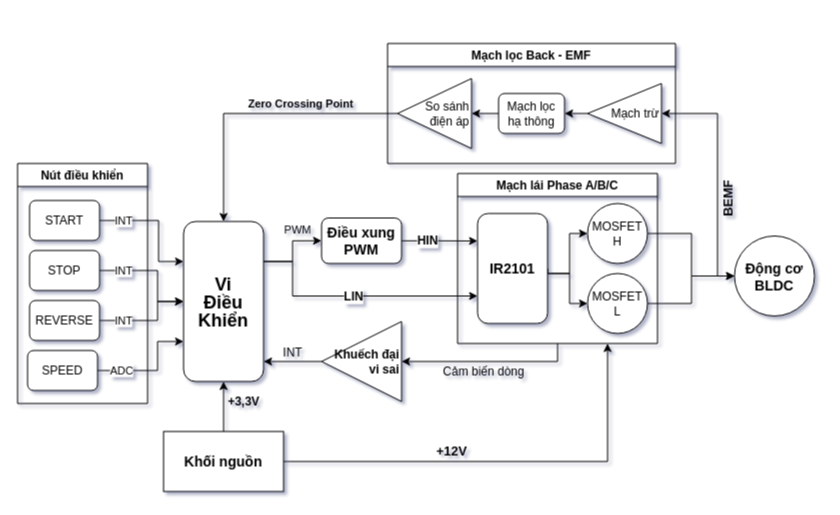
Above: Schematic_BEMF.drawio in ducphan2003/demo (draw.io), before the change. Source tidied: cells renumbered, new cells numbered last; positions are measured from the earlier drawing's top-left corner, leaving out a move shared by most shapes. Both pictures are drawn from the tidied source at 100%, with x=0, y=0 at pixel (17, 43).
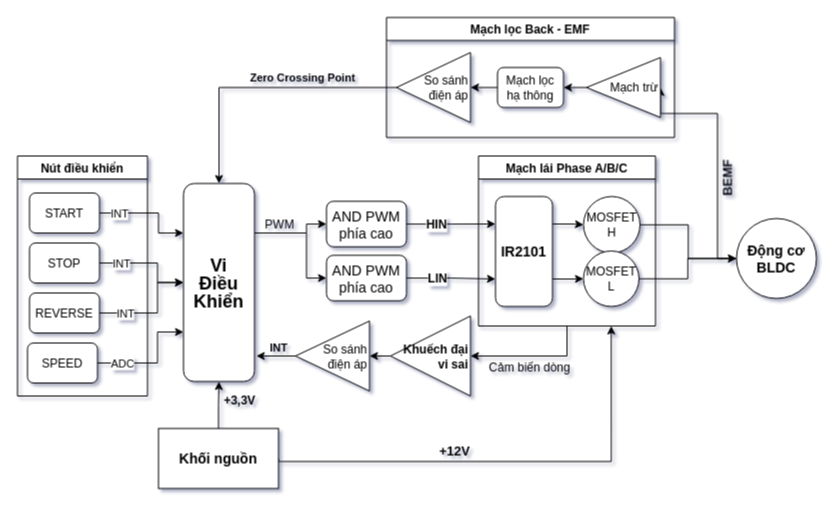
The same page after the edit.

The change refers to these unchanged cells:
```xml
<mxCell id="27" value="Mạch trừ" style="triangle;whiteSpace=wrap;html=1;direction=west;align=right;" parent="25" vertex="1">
  <mxGeometry x="200" y="40" width="74" height="60" as="geometry" />
</mxCell>
<mxCell id="35" value="SPEED" style="rounded=1;whiteSpace=wrap;html=1;" parent="34" vertex="1">
  <mxGeometry x="10" y="187" width="70" height="40" as="geometry" />
</mxCell>
<mxCell id="36" value="REVERSE" style="rounded=1;whiteSpace=wrap;html=1;" parent="34" vertex="1">
  <mxGeometry x="12" y="137" width="70" height="40" as="geometry" />
</mxCell>
<mxCell id="37" value="STOP" style="rounded=1;whiteSpace=wrap;html=1;" parent="34" vertex="1">
  <mxGeometry x="12" y="87" width="70" height="40" as="geometry" />
</mxCell>
<mxCell id="38" value="START" style="rounded=1;whiteSpace=wrap;html=1;" parent="34" vertex="1">
  <mxGeometry x="12" y="37" width="70" height="40" as="geometry" />
</mxCell>
```

What changed in the source:
```diff
@@
-    <mxCell id="2" value="PWM" style="edgeStyle=orthogonalEdgeStyle;rounded=0;jettySize=auto;html=1;exitX=1;exitY=0.25;exitDx=0;exitDy=0;entryX=0;entryY=0.5;entryDx=0;entryDy=0;labelBackgroundColor=none;" parent="1" edge="1" source="4" target="22">
-      <mxGeometry x="0.39" y="11" relative="1" as="geometry">
+    <mxCell id="2" value="PWM" style="edgeStyle=orthogonalEdgeStyle;rounded=0;jettySize=auto;html=1;exitX=1;exitY=0.25;exitDx=0;exitDy=0;entryX=0;entryY=0.5;entryDx=0;entryDy=0;fontSize=12;labelBackgroundColor=none;" parent="1" edge="1" source="4" target="22">
+      <mxGeometry x="-0.39" y="9" relative="1" as="geometry">
         <Array as="points">
-          <mxPoint x="275" y="218" />
-          <mxPoint x="275" y="197" />
+          <mxPoint x="289" y="190" />
+          <mxPoint x="289" y="181" />
         </Array>
       </mxGeometry>
     </mxCell>
-    <mxCell id="3" value="&lt;font style=&quot;font-size: 12px&quot;&gt;LIN&lt;/font&gt;" style="edgeStyle=orthogonalEdgeStyle;rounded=0;jettySize=auto;html=1;exitX=1;exitY=0.25;exitDx=0;exitDy=0;entryX=0;entryY=0.75;entryDx=0;entryDy=0;fontStyle=1;" parent="1" edge="1" source="4" target="17">
-      <mxGeometry relative="1" as="geometry">
-        <Array as="points">
-          <mxPoint x="275" y="218" />
-          <mxPoint x="275" y="253" />
-        </Array>
-      </mxGeometry>
-    </mxCell>
+    <mxCell id="39" style="edgeStyle=orthogonalEdgeStyle;rounded=0;jettySize=auto;html=1;exitX=1;exitY=0.25;exitDx=0;exitDy=0;entryX=0;entryY=0.5;entryDx=0;entryDy=0;fontSize=12;" parent="1" edge="1" source="4" target="41">
+      <mxGeometry relative="1" as="geometry">
+        <Array as="points">
+          <mxPoint x="289" y="190" />
+          <mxPoint x="289" y="235" />
+        </Array>
+      </mxGeometry>
+    </mxCell>
     <mxCell id="4" value="&lt;h2 style=&quot;line-height: 1&quot;&gt;Vi&lt;br&gt;Điều&lt;br&gt;Khiển&lt;/h2&gt;" style="rounded=1;whiteSpace=wrap;html=1;" parent="1" vertex="1">
-      <mxGeometry x="166" y="178" width="80" height="160" as="geometry" />
+      <mxGeometry x="166" y="140" width="71" height="198" as="geometry" />
     </mxCell>
     <mxCell id="5" value="INT" style="edgeStyle=orthogonalEdgeStyle;rounded=0;jettySize=auto;html=1;exitX=1;exitY=0.5;exitDx=0;exitDy=0;entryX=0;entryY=0.25;entryDx=0;entryDy=0;" parent="1" edge="1" source="38" target="4">
       <mxGeometry x="-0.62" relative="1" as="geometry">
         <Array as="points">
-          <mxPoint x="141" y="177" />
-          <mxPoint x="141" y="218" />
+          <mxPoint x="141" y="170" />
+          <mxPoint x="141" y="190" />
         </Array>
       </mxGeometry>
     </mxCell>
     <mxCell id="6" value="INT" style="edgeStyle=orthogonalEdgeStyle;rounded=0;jettySize=auto;html=1;exitX=1;exitY=0.5;exitDx=0;exitDy=0;entryX=0;entryY=0.5;entryDx=0;entryDy=0;" parent="1" edge="1" source="37" target="4">
       <mxGeometry x="-0.58" relative="1" as="geometry">
         <Array as="points">
-          <mxPoint x="140" y="227" />
-          <mxPoint x="140" y="258" />
+          <mxPoint x="140" y="220" />
+          <mxPoint x="140" y="239" />
         </Array>
       </mxGeometry>
     </mxCell>
-    <mxCell id="7" value="INT" style="edgeStyle=orthogonalEdgeStyle;rounded=0;jettySize=auto;html=1;exitX=1;exitY=0.5;exitDx=0;exitDy=0;entryX=0;entryY=0.5;entryDx=0;entryDy=0;fontSize=11;" parent="1" edge="1" source="36" target="4">
+    <mxCell id="7" value="INT" style="edgeStyle=orthogonalEdgeStyle;rounded=0;jettySize=auto;html=1;exitX=1;exitY=0.5;exitDx=0;exitDy=0;fontSize=11;entryX=0;entryY=0.5;entryDx=0;entryDy=0;" parent="1" edge="1" source="36" target="4">
       <mxGeometry x="-0.54" relative="1" as="geometry">
         <Array as="points">
-          <mxPoint x="140" y="277" />
-          <mxPoint x="140" y="258" />
+          <mxPoint x="140" y="270" />
+          <mxPoint x="140" y="239" />
         </Array>
       </mxGeometry>
     </mxCell>
     <mxCell id="8" value="ADC" style="edgeStyle=orthogonalEdgeStyle;rounded=0;jettySize=auto;html=1;entryX=0;entryY=0.75;entryDx=0;entryDy=0;fontSize=11;exitX=1;exitY=0.5;exitDx=0;exitDy=0;" parent="1" edge="1" source="35" target="4">
       <mxGeometry x="-0.58" relative="1" as="geometry">
         <Array as="points">
-          <mxPoint x="140" y="327" />
-          <mxPoint x="140" y="298" />
+          <mxPoint x="140" y="320" />
+          <mxPoint x="140" y="289" />
         </Array>
       </mxGeometry>
     </mxCell>
     <mxCell id="9" value="&lt;h3&gt;Động cơ&lt;br&gt;BLDC&lt;/h3&gt;" style="ellipse;whiteSpace=wrap;html=1;" parent="1" vertex="1">
-      <mxGeometry x="717" y="192.5" width="80" height="80" as="geometry" />
+      <mxGeometry x="719" y="175" width="80" height="80" as="geometry" />
     </mxCell>
@@
     <mxCell id="11" value="&lt;h3&gt;+12V&lt;/h3&gt;" style="edgeStyle=orthogonalEdgeStyle;rounded=0;jettySize=auto;html=1;exitX=1;exitY=0.5;exitDx=0;exitDy=0;labelBackgroundColor=none;entryX=0.75;entryY=1;entryDx=0;entryDy=0;" parent="1" edge="1" source="12" target="14">
       <mxGeometry x="-0.24" y="11" relative="1" as="geometry">
         <Array as="points">
-          <mxPoint x="590" y="418" />
+          <mxPoint x="261" y="418" />
+          <mxPoint x="594" y="418" />
         </Array>
       </mxGeometry>
     </mxCell>
     <mxCell id="12" value="&lt;h3&gt;Khối nguồn&lt;/h3&gt;" style="rounded=0;whiteSpace=wrap;html=1;" parent="1" vertex="1">
-      <mxGeometry x="146" y="388" width="120" height="60" as="geometry" />
+      <mxGeometry x="141" y="385" width="120" height="60" as="geometry" />
     </mxCell>
     <mxCell id="13" value="Cảm biến dòng" style="edgeStyle=orthogonalEdgeStyle;rounded=0;jettySize=auto;html=1;entryX=0;entryY=0.5;entryDx=0;entryDy=0;fontSize=12;exitX=0.5;exitY=1;exitDx=0;exitDy=0;labelBackgroundColor=none;" parent="1" edge="1" source="14" target="33">
-      <mxGeometry x="0.06" y="10" relative="1" as="geometry">
+      <mxGeometry x="0.08" y="11" relative="1" as="geometry">
         <Array as="points">
-          <mxPoint x="540" y="318" />
+          <mxPoint x="550" y="313" />
         </Array>
       </mxGeometry>
     </mxCell>
     <mxCell id="14" value="Mạch lái Phase A/B/C" style="swimlane;startSize=23;" parent="1" vertex="1">
-      <mxGeometry x="440" y="130" width="200" height="170" as="geometry" />
+      <mxGeometry x="461" y="112.5" width="177" height="170" as="geometry" />
     </mxCell>
+    <mxCell id="16" style="edgeStyle=orthogonalEdgeStyle;rounded=0;jettySize=auto;html=1;exitX=1;exitY=0.75;exitDx=0;exitDy=0;labelBackgroundColor=none;fontSize=11;" parent="14" edge="1" source="17" target="19">
+      <mxGeometry relative="1" as="geometry" />
+    </mxCell>
-    <mxCell id="15" style="edgeStyle=orthogonalEdgeStyle;rounded=0;jettySize=auto;html=1;exitX=1;exitY=0.5;exitDx=0;exitDy=0;entryX=0;entryY=0.5;entryDx=0;entryDy=0;" parent="14" edge="1" source="17" target="18">
-      <mxGeometry relative="1" as="geometry">
-        <Array as="points">
-          <mxPoint x="90" y="100" />
-          <mxPoint x="112" y="100" />
-          <mxPoint x="112" y="60" />
-        </Array>
-      </mxGeometry>
+    <mxCell id="15" style="edgeStyle=orthogonalEdgeStyle;rounded=0;jettySize=auto;html=1;exitX=1;exitY=0.25;exitDx=0;exitDy=0;labelBackgroundColor=none;fontSize=11;" parent="14" edge="1" source="17" target="18">
+      <mxGeometry relative="1" as="geometry" />
     </mxCell>
-    <mxCell id="16" style="edgeStyle=orthogonalEdgeStyle;rounded=0;jettySize=auto;html=1;exitX=1;exitY=0.5;exitDx=0;exitDy=0;entryX=0;entryY=0.5;entryDx=0;entryDy=0;" parent="14" edge="1" source="17" target="19">
-      <mxGeometry relative="1" as="geometry">
-        <Array as="points">
-          <mxPoint x="90" y="100" />
-          <mxPoint x="112" y="100" />
-          <mxPoint x="112" y="130" />
-        </Array>
-      </mxGeometry>
-    </mxCell>
     <mxCell id="17" value="&lt;h3&gt;IR2101&lt;/h3&gt;" style="rounded=1;whiteSpace=wrap;html=1;" parent="14" vertex="1">
-      <mxGeometry x="20" y="40" width="70" height="110" as="geometry" />
+      <mxGeometry x="17" y="40.5" width="57" height="110" as="geometry" />
     </mxCell>
     <mxCell id="18" value="MOSFET&lt;br&gt;H" style="ellipse;whiteSpace=wrap;html=1;" parent="14" vertex="1">
-      <mxGeometry x="130" y="30" width="60" height="60" as="geometry" />
+      <mxGeometry x="105" y="40.5" width="56.5" height="56.5" as="geometry" />
     </mxCell>
     <mxCell id="19" value="MOSFET&lt;br&gt;L" style="ellipse;whiteSpace=wrap;html=1;" parent="14" vertex="1">
-      <mxGeometry x="130" y="100" width="60" height="60" as="geometry" />
+      <mxGeometry x="105" y="95" width="55.5" height="55.5" as="geometry" />
     </mxCell>
-    <mxCell id="20" style="edgeStyle=orthogonalEdgeStyle;rounded=0;jettySize=auto;html=1;entryX=0;entryY=0.5;entryDx=0;entryDy=0;" parent="1" edge="1" source="18" target="9">
-      <mxGeometry relative="1" as="geometry">
-        <Array as="points">
-          <mxPoint x="674" y="190" />
-          <mxPoint x="674" y="233" />
-        </Array>
-      </mxGeometry>
-    </mxCell>
@@
-    <mxCell id="22" value="&lt;h3&gt;Điều xung PWM&lt;/h3&gt;" style="rounded=1;whiteSpace=wrap;html=1;" parent="1" vertex="1">
-      <mxGeometry x="304" y="174.5" width="80" height="45.5" as="geometry" />
+    <mxCell id="22" value="&lt;h3&gt;&lt;span style=&quot;font-weight: normal&quot;&gt;AND PWM phía cao&lt;/span&gt;&lt;/h3&gt;" style="rounded=1;whiteSpace=wrap;html=1;" parent="1" vertex="1">
+      <mxGeometry x="309" y="157.8" width="80" height="45.5" as="geometry" />
     </mxCell>
-    <mxCell id="23" style="edgeStyle=orthogonalEdgeStyle;rounded=0;jettySize=auto;html=1;entryX=0;entryY=0.5;entryDx=0;entryDy=0;" parent="1" edge="1" source="19" target="9">
-      <mxGeometry relative="1" as="geometry">
-        <Array as="points">
-          <mxPoint x="674" y="260" />
-          <mxPoint x="674" y="233" />
-        </Array>
-      </mxGeometry>
-    </mxCell>
-    <mxCell id="24" value="&lt;h3&gt;BEMF&lt;/h3&gt;" style="endArrow=classic;html=1;rounded=0;edgeStyle=orthogonalEdgeStyle;entryX=0;entryY=0.5;entryDx=0;entryDy=0;exitX=0;exitY=0.5;exitDx=0;exitDy=0;labelBackgroundColor=none;horizontal=0;" parent="1" edge="1" source="9" target="27">
+    <mxCell id="24" value="&lt;h3&gt;BEMF&lt;/h3&gt;" style="endArrow=classic;html=1;rounded=0;edgeStyle=orthogonalEdgeStyle;entryX=0;entryY=0.5;entryDx=0;entryDy=0;labelBackgroundColor=none;horizontal=0;exitX=0;exitY=0.5;exitDx=0;exitDy=0;" parent="1" edge="1" source="9" target="27">
       <mxGeometry x="-0.19" y="-10" relative="1" as="geometry">
         <Array as="points">
-          <mxPoint x="700" y="233" />
+          <mxPoint x="700" y="215" />
           <mxPoint x="700" y="70" />
+          <mxPoint x="643" y="70" />
         </Array>
         <mxPoint y="1" as="offset" />
       </mxGeometry>
     </mxCell>
     <mxCell id="25" value="Mạch lọc Back - EMF" style="swimlane;" parent="1" vertex="1">
-      <mxGeometry x="370" width="288" height="120" as="geometry" />
+      <mxGeometry x="369" y="-26" width="288" height="120" as="geometry" />
     </mxCell>
@@
-    <mxCell id="32" value="INT" style="edgeStyle=orthogonalEdgeStyle;rounded=0;jettySize=auto;html=1;entryX=1;entryY=0.875;entryDx=0;entryDy=0;entryPerimeter=0;fontSize=12;labelBackgroundColor=none;" parent="1" edge="1" source="33" target="4">
-      <mxGeometry y="-9" relative="1" as="geometry" />
-    </mxCell>
+    <mxCell id="40" style="edgeStyle=orthogonalEdgeStyle;rounded=0;jettySize=auto;html=1;exitX=1;exitY=0.5;exitDx=0;exitDy=0;entryX=0;entryY=0.5;entryDx=0;entryDy=0;labelBackgroundColor=none;fontSize=11;" parent="1" edge="1" source="33" target="42">
+      <mxGeometry relative="1" as="geometry" />
+    </mxCell>
     <mxCell id="33" value="&lt;b&gt;Khuếch đại&lt;br&gt;vi sai&lt;/b&gt;" style="triangle;whiteSpace=wrap;html=1;fontSize=12;direction=west;align=right;" parent="1" vertex="1">
-      <mxGeometry x="304" y="278" width="80" height="80" as="geometry" />
+      <mxGeometry x="373" y="272.5" width="80" height="80" as="geometry" />
     </mxCell>
     <mxCell id="34" value="Nút điều khiển" style="swimlane;" parent="1" vertex="1">
-      <mxGeometry y="120" width="130" height="240" as="geometry" />
+      <mxGeometry y="112.5" width="130" height="240" as="geometry" />
     </mxCell>
@@
+    <mxCell id="3" value="&lt;font style=&quot;font-size: 12px&quot;&gt;&lt;b&gt;LIN&lt;/b&gt;&lt;/font&gt;" style="edgeStyle=orthogonalEdgeStyle;rounded=0;jettySize=auto;html=1;entryX=0;entryY=0.75;entryDx=0;entryDy=0;" parent="1" edge="1" source="41" target="17">
+      <mxGeometry x="-0.31" relative="1" as="geometry" />
+    </mxCell>
+    <mxCell id="41" value="&lt;h3&gt;&lt;span style=&quot;font-weight: normal&quot;&gt;AND PWM phía cao&lt;/span&gt;&lt;/h3&gt;" style="rounded=1;whiteSpace=wrap;html=1;fontStyle=0;" parent="1" vertex="1">
+      <mxGeometry x="309" y="211.8" width="80" height="45.5" as="geometry" />
+    </mxCell>
+    <mxCell id="32" value="INT" style="edgeStyle=orthogonalEdgeStyle;rounded=0;jettySize=auto;html=1;exitX=1;exitY=0.5;exitDx=0;exitDy=0;entryX=1.025;entryY=0.869;entryDx=0;entryDy=0;entryPerimeter=0;labelBackgroundColor=none;fontSize=11;fontStyle=1;" parent="1" edge="1" source="42" target="4">
+      <mxGeometry x="-0.14" y="-9" relative="1" as="geometry" />
+    </mxCell>
+    <mxCell id="42" value="So sánh &lt;br&gt;điện áp" style="triangle;whiteSpace=wrap;html=1;direction=west;align=right;" parent="1" vertex="1">
+      <mxGeometry x="278" y="277.5" width="74" height="70" as="geometry" />
+    </mxCell>
+    <mxCell id="20" style="edgeStyle=orthogonalEdgeStyle;rounded=0;jettySize=auto;html=1;labelBackgroundColor=none;fontSize=11;" parent="1" edge="1" source="18" target="9">
+      <mxGeometry relative="1" as="geometry" />
+    </mxCell>
+    <mxCell id="23" style="edgeStyle=orthogonalEdgeStyle;rounded=0;jettySize=auto;html=1;exitX=1;exitY=0.5;exitDx=0;exitDy=0;entryX=0;entryY=0.5;entryDx=0;entryDy=0;labelBackgroundColor=none;fontSize=11;" parent="1" edge="1" source="19" target="9">
+      <mxGeometry relative="1" as="geometry" />
+    </mxCell>
```
